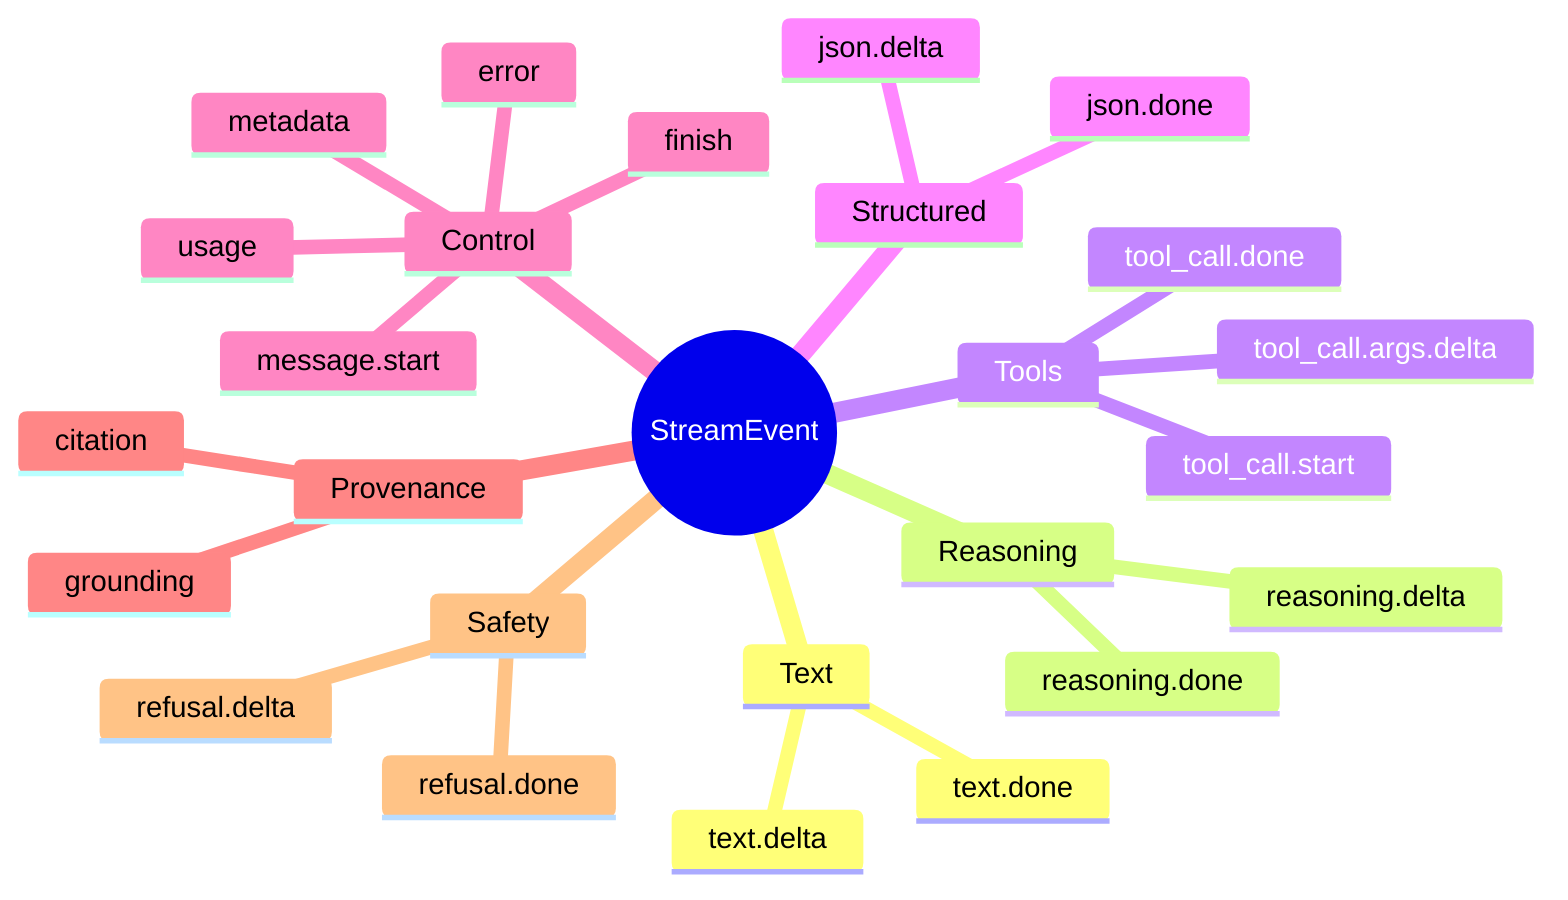
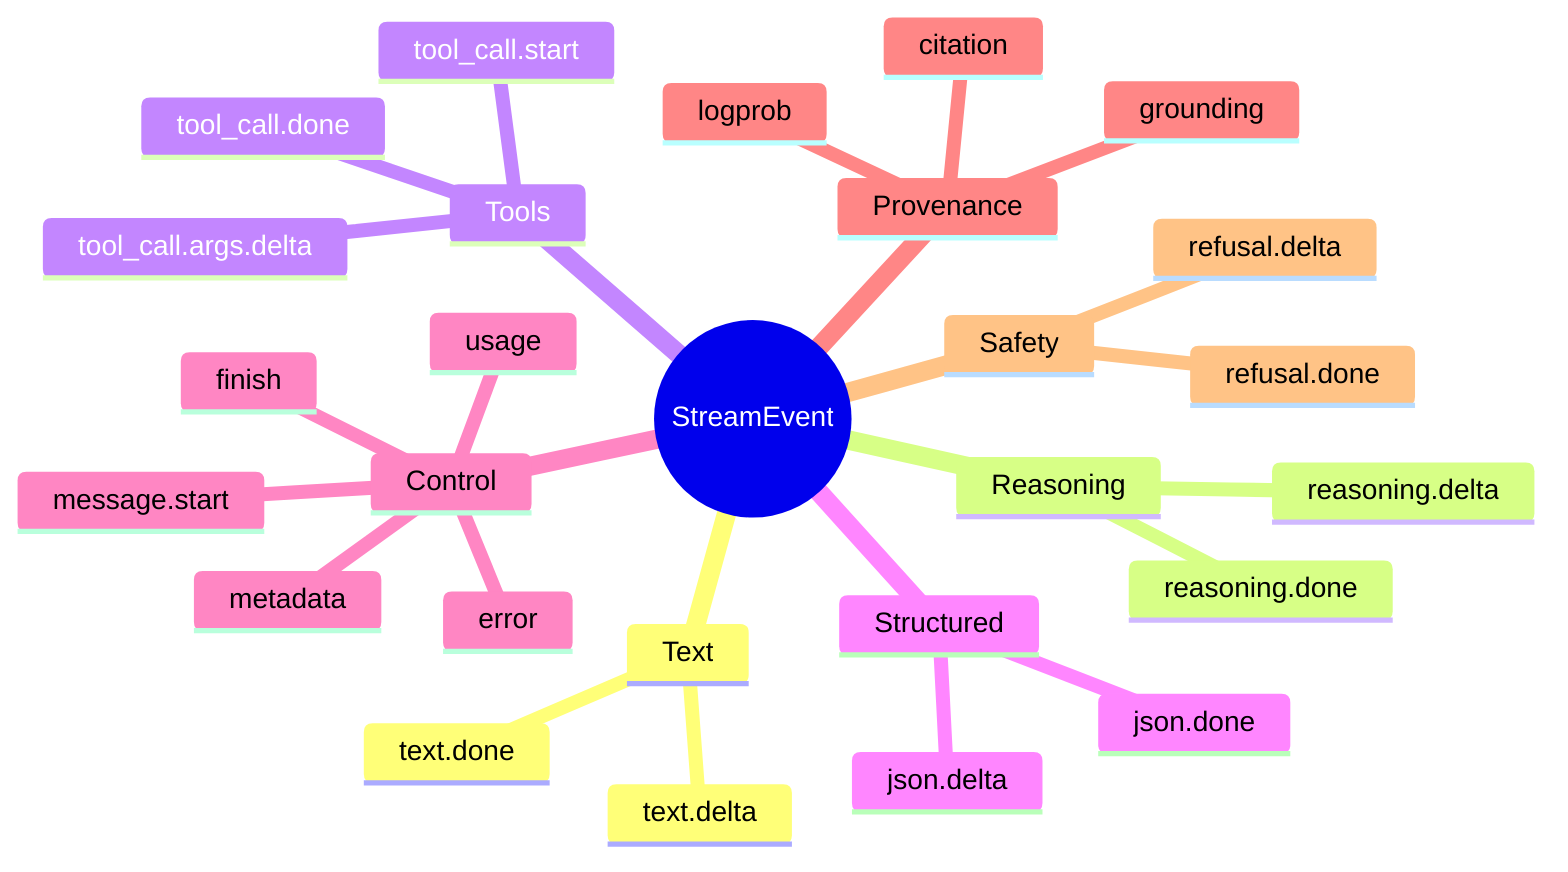
mindmap
	root((StreamEvent))
		Text
			text.delta
			text.done
		Reasoning
			reasoning.delta
			reasoning.done
		Tools
			tool_call.start
			tool_call.args.delta
			tool_call.done
		Structured
			json.delta
			json.done
		Control
			message.start
			metadata
			usage
			finish
			error
		Provenance
			citation
			grounding
+ 			logprob
		Safety
			refusal.delta
			refusal.done
